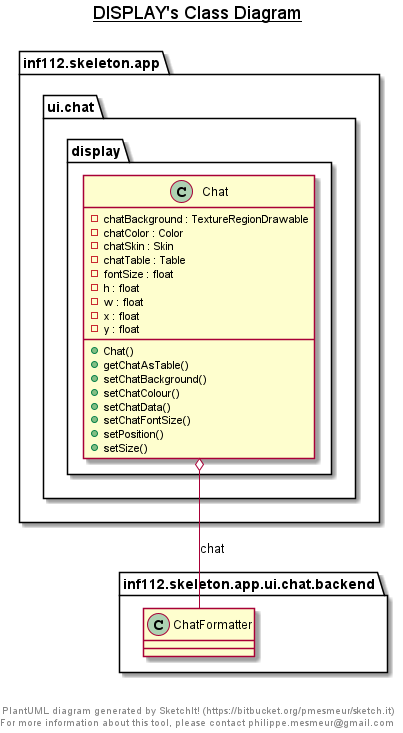
The PlantUML diagram Structure/Class diagrams/chatdisplay.png in inf112-v21/Snokarane, before a commit. Source of this version:
```plantuml
@startuml

title __DISPLAY's Class Diagram__\n

  namespace inf112.skeleton.app {
    namespace ui.chat {
      namespace display {
        class inf112.skeleton.app.ui.chat.display.Chat {
            - chatBackground : TextureRegionDrawable
            - chatColor : Color
            - chatSkin : Skin
            - chatTable : Table
            - fontSize : float
            - h : float
            - w : float
            - x : float
            - y : float
            + Chat()
            + getChatAsTable()
            + setChatBackground()
            + setChatColour()
            + setChatData()
            + setChatFontSize()
            + setPosition()
            + setSize()
        }
      }
    }
  }


  inf112.skeleton.app.ui.chat.display.Chat o-- inf112.skeleton.app.ui.chat.backend.ChatFormatter : chat


right footer


PlantUML diagram generated by SketchIt! (https://bitbucket.org/pmesmeur/sketch.it)
For more information about this tool, please contact philippe.mesmeur@gmail.com
endfooter

@enduml
```
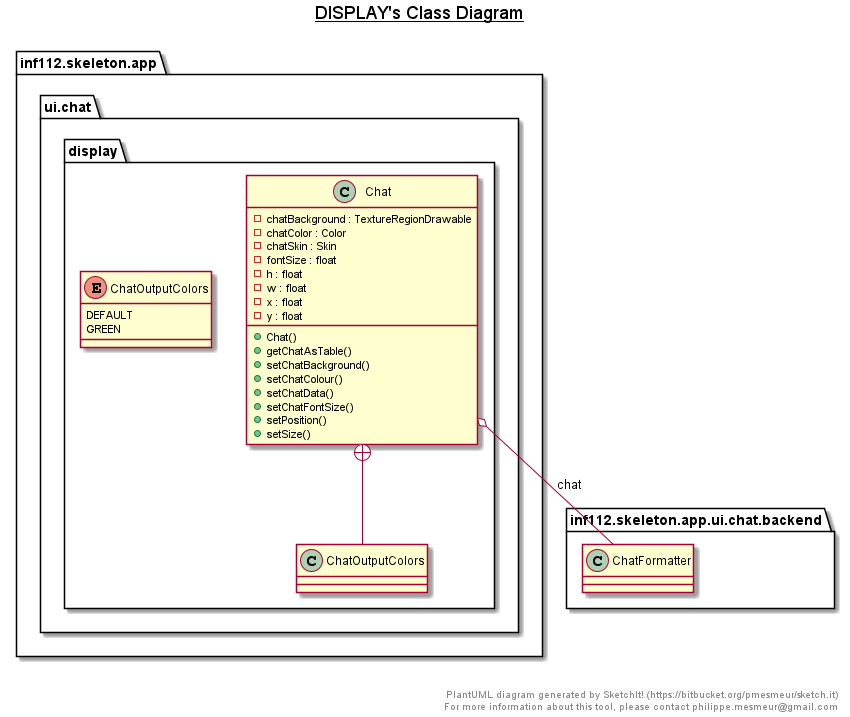
After the commit.

What changed in the source:
```diff
@@ -9,7 +9,6 @@
             - chatBackground : TextureRegionDrawable
             - chatColor : Color
             - chatSkin : Skin
-            - chatTable : Table
             - fontSize : float
             - h : float
             - w : float
@@ -29,7 +28,20 @@
   }
 
 
+  namespace inf112.skeleton.app {
+    namespace ui.chat {
+      namespace display {
+        enum ChatOutputColors {
+          DEFAULT
+          GREEN
+        }
+      }
+    }
+  }
+
+
   inf112.skeleton.app.ui.chat.display.Chat o-- inf112.skeleton.app.ui.chat.backend.ChatFormatter : chat
+  inf112.skeleton.app.ui.chat.display.Chat +-down- inf112.skeleton.app.ui.chat.display.Chat.ChatOutputColors
 
 
 right footer
```
